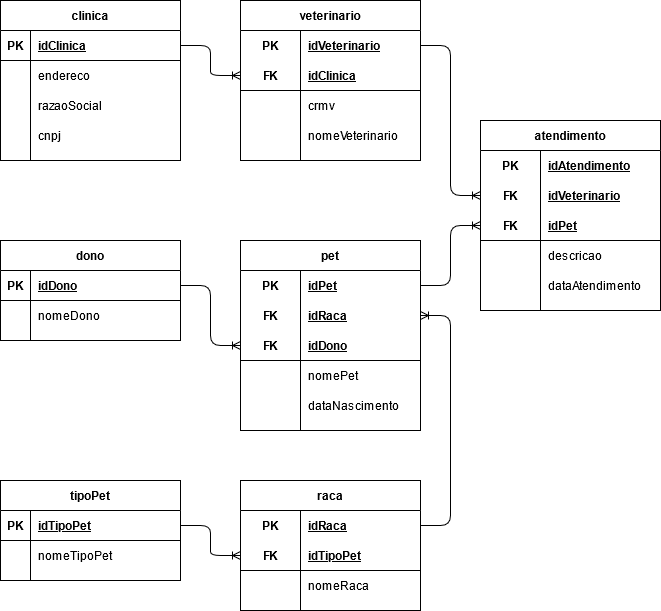
Before: reforco/tarde/lovePets/sprint-1-bd/modelagens/lovePets_modelagem-logico.png, a diagram exported from draw.io (RegisMagalhaes/LovePets). Source tidied: cells renumbered, new cells last; positions are measured from the earlier drawing's top-left corner, leaving out a move shared by most shapes.
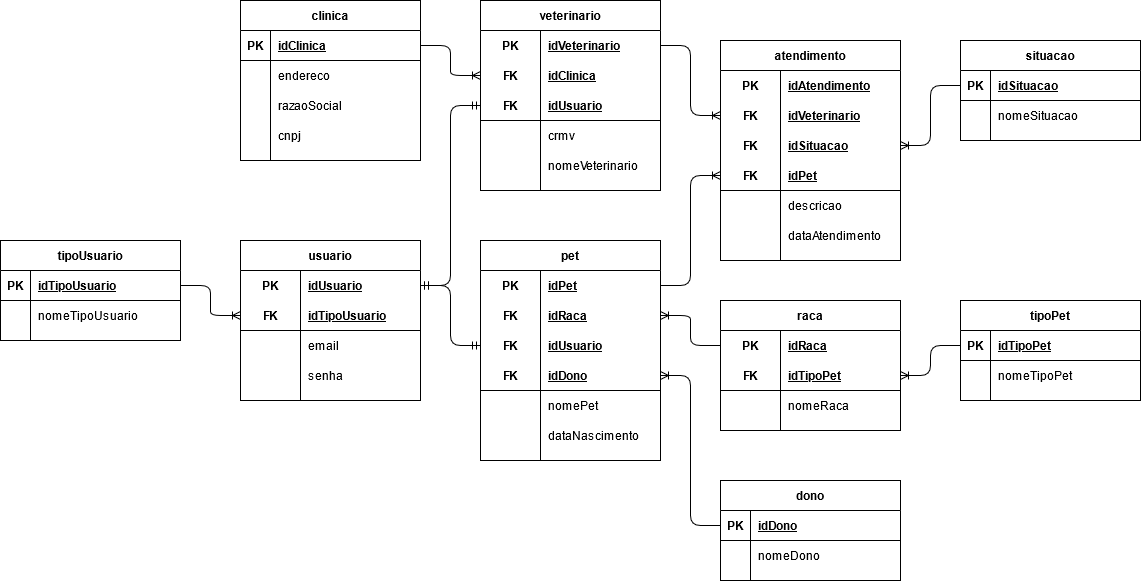
After the change.

What changed in the source:
```diff
@@ -42,7 +42,7 @@
       <mxGeometry x="30" width="150" height="30" as="geometry" />
     </mxCell>
     <mxCell id="15" value="veterinario" style="shape=table;startSize=30;rowLines=0;fontStyle=1;align=center;" parent="1" vertex="1">
-      <mxGeometry x="240" width="180" height="160" as="geometry" />
+      <mxGeometry x="240" width="180" height="190" as="geometry" />
     </mxCell>
     <mxCell id="16" style="shape=partialRectangle;fillColor=none;top=0;left=0;bottom=0;right=0;points=[[0,0.5],[1,0.5]];portConstraint=eastwest;" parent="15" vertex="1">
       <mxGeometry y="30" width="180" height="30" as="geometry" />
@@ -53,17 +53,26 @@
     <mxCell id="18" value="idVeterinario" style="shape=partialRectangle;fillColor=none;top=0;left=0;bottom=0;right=0;align=left;spacingLeft=6;fontStyle=5;overflow=hidden;" parent="16" vertex="1">
       <mxGeometry x="60" width="120" height="30" as="geometry" />
     </mxCell>
+    <mxCell id="90" style="shape=partialRectangle;fillColor=none;top=0;left=0;bottom=0;right=0;points=[[0,0.5],[1,0.5]];portConstraint=eastwest;" parent="15" vertex="1">
+      <mxGeometry y="60" width="180" height="30" as="geometry" />
+    </mxCell>
+    <mxCell id="91" value="FK" style="shape=partialRectangle;fillColor=none;top=0;left=0;bottom=0;right=0;fontStyle=1;overflow=hidden;" parent="90" vertex="1">
+      <mxGeometry width="60" height="30" as="geometry" />
+    </mxCell>
+    <mxCell id="92" value="idClinica" style="shape=partialRectangle;fillColor=none;top=0;left=0;bottom=0;right=0;align=left;spacingLeft=6;fontStyle=5;overflow=hidden;" parent="90" vertex="1">
+      <mxGeometry x="60" width="120" height="30" as="geometry" />
+    </mxCell>
     <mxCell id="19" style="shape=partialRectangle;fillColor=none;top=0;left=0;bottom=1;right=0;points=[[0,0.5],[1,0.5]];portConstraint=eastwest;" parent="15" vertex="1">
-      <mxGeometry y="60" width="180" height="30" as="geometry" />
+      <mxGeometry y="90" width="180" height="30" as="geometry" />
     </mxCell>
     <mxCell id="20" value="FK" style="shape=partialRectangle;fillColor=none;top=0;left=0;bottom=0;right=0;fontStyle=1;overflow=hidden;" parent="19" vertex="1">
       <mxGeometry width="60" height="30" as="geometry" />
     </mxCell>
-    <mxCell id="21" value="idClinica" style="shape=partialRectangle;fillColor=none;top=0;left=0;bottom=0;right=0;align=left;spacingLeft=6;fontStyle=5;overflow=hidden;" parent="19" vertex="1">
+    <mxCell id="21" value="idUsuario" style="shape=partialRectangle;fillColor=none;top=0;left=0;bottom=0;right=0;align=left;spacingLeft=6;fontStyle=5;overflow=hidden;" parent="19" vertex="1">
       <mxGeometry x="60" width="120" height="30" as="geometry" />
     </mxCell>
     <mxCell id="22" style="shape=partialRectangle;fillColor=none;top=0;left=0;bottom=0;right=0;" parent="15" vertex="1">
-      <mxGeometry y="90" width="180" height="30" as="geometry" />
+      <mxGeometry y="120" width="180" height="30" as="geometry" />
     </mxCell>
     <mxCell id="23" style="shape=partialRectangle;fillColor=none;top=0;left=0;bottom=0;right=0;overflow=hidden;" parent="22" vertex="1">
       <mxGeometry width="60" height="30" as="geometry" />
@@ -72,7 +81,7 @@
       <mxGeometry x="60" width="120" height="30" as="geometry" />
     </mxCell>
     <mxCell id="25" style="shape=partialRectangle;fillColor=none;top=0;left=0;bottom=0;right=0;" parent="15" vertex="1">
-      <mxGeometry y="120" width="180" height="30" as="geometry" />
+      <mxGeometry y="150" width="180" height="30" as="geometry" />
     </mxCell>
     <mxCell id="26" style="shape=partialRectangle;fillColor=none;top=0;left=0;bottom=0;right=0;overflow=hidden;" parent="25" vertex="1">
       <mxGeometry width="60" height="30" as="geometry" />
@@ -81,7 +90,7 @@
       <mxGeometry x="60" width="120" height="30" as="geometry" />
     </mxCell>
     <mxCell id="28" value="dono" style="shape=table;startSize=30;rowLines=0;fontStyle=1;align=center;" parent="1" vertex="1">
-      <mxGeometry y="240" width="180" height="100" as="geometry" />
+      <mxGeometry x="480" y="480" width="180" height="100" as="geometry" />
     </mxCell>
     <mxCell id="29" style="shape=partialRectangle;fillColor=none;top=0;left=0;bottom=1;right=0;points=[[0,0.5],[1,0.5]];portConstraint=eastwest;" parent="28" vertex="1">
       <mxGeometry y="30" width="180" height="30" as="geometry" />
@@ -102,7 +111,7 @@
       <mxGeometry x="30" width="150" height="30" as="geometry" />
     </mxCell>
     <mxCell id="35" value="pet" style="shape=table;startSize=30;rowLines=0;fontStyle=1;align=center;" parent="1" vertex="1">
-      <mxGeometry x="240" y="240" width="180" height="190" as="geometry" />
+      <mxGeometry x="240" y="240" width="180" height="220" as="geometry" />
     </mxCell>
     <mxCell id="36" style="shape=partialRectangle;fillColor=none;top=0;left=0;bottom=0;right=0;points=[[0,0.5],[1,0.5]];portConstraint=eastwest;" parent="35" vertex="1">
       <mxGeometry y="30" width="180" height="30" as="geometry" />
@@ -122,8 +131,17 @@
     <mxCell id="41" value="idRaca" style="shape=partialRectangle;fillColor=none;top=0;left=0;bottom=0;right=0;align=left;spacingLeft=6;fontStyle=5;overflow=hidden;" parent="39" vertex="1">
       <mxGeometry x="60" width="120" height="30" as="geometry" />
     </mxCell>
+    <mxCell id="93" style="shape=partialRectangle;fillColor=none;top=0;left=0;bottom=0;right=0;points=[[0,0.5],[1,0.5]];portConstraint=eastwest;" parent="35" vertex="1">
+      <mxGeometry y="90" width="180" height="30" as="geometry" />
+    </mxCell>
+    <mxCell id="94" value="FK" style="shape=partialRectangle;fillColor=none;top=0;left=0;bottom=0;right=0;fontStyle=1;overflow=hidden;" parent="93" vertex="1">
+      <mxGeometry width="60" height="30" as="geometry" />
+    </mxCell>
+    <mxCell id="95" value="idUsuario" style="shape=partialRectangle;fillColor=none;top=0;left=0;bottom=0;right=0;align=left;spacingLeft=6;fontStyle=5;overflow=hidden;" parent="93" vertex="1">
+      <mxGeometry x="60" width="120" height="30" as="geometry" />
+    </mxCell>
     <mxCell id="42" style="shape=partialRectangle;fillColor=none;top=0;left=0;bottom=1;right=0;points=[[0,0.5],[1,0.5]];portConstraint=eastwest;" parent="35" vertex="1">
-      <mxGeometry y="90" width="180" height="30" as="geometry" />
+      <mxGeometry y="120" width="180" height="30" as="geometry" />
     </mxCell>
     <mxCell id="43" value="FK" style="shape=partialRectangle;fillColor=none;top=0;left=0;bottom=0;right=0;fontStyle=1;overflow=hidden;" parent="42" vertex="1">
       <mxGeometry width="60" height="30" as="geometry" />
@@ -132,7 +150,7 @@
       <mxGeometry x="60" width="120" height="30" as="geometry" />
     </mxCell>
     <mxCell id="45" style="shape=partialRectangle;fillColor=none;top=0;left=0;bottom=0;right=0;" parent="35" vertex="1">
-      <mxGeometry y="120" width="180" height="30" as="geometry" />
+      <mxGeometry y="150" width="180" height="30" as="geometry" />
     </mxCell>
     <mxCell id="46" style="shape=partialRectangle;fillColor=none;top=0;left=0;bottom=0;right=0;overflow=hidden;" parent="45" vertex="1">
       <mxGeometry width="60" height="30" as="geometry" />
@@ -141,7 +159,7 @@
       <mxGeometry x="60" width="120" height="30" as="geometry" />
     </mxCell>
     <mxCell id="48" style="shape=partialRectangle;fillColor=none;top=0;left=0;bottom=0;right=0;" parent="35" vertex="1">
-      <mxGeometry y="150" width="180" height="30" as="geometry" />
+      <mxGeometry y="180" width="180" height="30" as="geometry" />
     </mxCell>
     <mxCell id="49" style="shape=partialRectangle;fillColor=none;top=0;left=0;bottom=0;right=0;overflow=hidden;" parent="48" vertex="1">
       <mxGeometry width="60" height="30" as="geometry" />
@@ -150,7 +168,7 @@
       <mxGeometry x="60" width="120" height="30" as="geometry" />
     </mxCell>
     <mxCell id="51" value="tipoPet" style="shape=table;startSize=30;rowLines=0;fontStyle=1;align=center;" parent="1" vertex="1">
-      <mxGeometry y="480" width="180" height="100" as="geometry" />
+      <mxGeometry x="720" y="300" width="180" height="100" as="geometry" />
     </mxCell>
     <mxCell id="52" style="shape=partialRectangle;fillColor=none;top=0;left=0;bottom=1;right=0;points=[[0,0.5],[1,0.5]];portConstraint=eastwest;" parent="51" vertex="1">
       <mxGeometry y="30" width="180" height="30" as="geometry" />
@@ -171,7 +189,7 @@
       <mxGeometry x="30" width="150" height="30" as="geometry" />
     </mxCell>
     <mxCell id="58" value="raca" style="shape=table;startSize=30;rowLines=0;fontStyle=1;align=center;" parent="1" vertex="1">
-      <mxGeometry x="240" y="480" width="180" height="130" as="geometry" />
+      <mxGeometry x="480" y="300" width="180" height="130" as="geometry" />
     </mxCell>
     <mxCell id="59" style="shape=partialRectangle;fillColor=none;top=0;left=0;bottom=0;right=0;points=[[0,0.5],[1,0.5]];portConstraint=eastwest;" parent="58" vertex="1">
       <mxGeometry y="30" width="180" height="30" as="geometry" />
@@ -201,7 +219,7 @@
       <mxGeometry x="60" width="120" height="30" as="geometry" />
     </mxCell>
     <mxCell id="68" value="atendimento" style="shape=table;startSize=30;rowLines=0;fontStyle=1;align=center;" parent="1" vertex="1">
-      <mxGeometry x="480" y="120" width="180" height="190" as="geometry" />
+      <mxGeometry x="480" y="40" width="180" height="220" as="geometry" />
     </mxCell>
     <mxCell id="69" style="shape=partialRectangle;fillColor=none;top=0;left=0;bottom=0;right=0;" parent="68" vertex="1">
       <mxGeometry y="30" width="180" height="30" as="geometry" />
@@ -221,8 +239,17 @@
     <mxCell id="74" value="idVeterinario" style="shape=partialRectangle;fillColor=none;top=0;left=0;bottom=0;right=0;align=left;spacingLeft=6;fontStyle=5;overflow=hidden;" parent="72" vertex="1">
       <mxGeometry x="60" width="120" height="30" as="geometry" />
     </mxCell>
+    <mxCell id="96" style="shape=partialRectangle;fillColor=none;top=0;left=0;bottom=0;right=0;points=[[0,0.5],[1,0.5]];portConstraint=eastwest;" parent="68" vertex="1">
+      <mxGeometry y="90" width="180" height="30" as="geometry" />
+    </mxCell>
+    <mxCell id="97" value="FK" style="shape=partialRectangle;fillColor=none;top=0;left=0;bottom=0;right=0;fontStyle=1;overflow=hidden;" parent="96" vertex="1">
+      <mxGeometry width="60" height="30" as="geometry" />
+    </mxCell>
+    <mxCell id="98" value="idSituacao" style="shape=partialRectangle;fillColor=none;top=0;left=0;bottom=0;right=0;align=left;spacingLeft=6;fontStyle=5;overflow=hidden;" parent="96" vertex="1">
+      <mxGeometry x="60" width="120" height="30" as="geometry" />
+    </mxCell>
     <mxCell id="75" style="shape=partialRectangle;fillColor=none;top=0;left=0;bottom=1;right=0;points=[[0,0.5],[1,0.5]];portConstraint=eastwest;" parent="68" vertex="1">
-      <mxGeometry y="90" width="180" height="30" as="geometry" />
+      <mxGeometry y="120" width="180" height="30" as="geometry" />
     </mxCell>
     <mxCell id="76" value="FK" style="shape=partialRectangle;fillColor=none;top=0;left=0;bottom=0;right=0;fontStyle=1;overflow=hidden;" parent="75" vertex="1">
       <mxGeometry width="60" height="30" as="geometry" />
@@ -231,7 +258,7 @@
       <mxGeometry x="60" width="120" height="30" as="geometry" />
     </mxCell>
     <mxCell id="78" style="shape=partialRectangle;fillColor=none;top=0;left=0;bottom=0;right=0;" parent="68" vertex="1">
-      <mxGeometry y="120" width="180" height="30" as="geometry" />
+      <mxGeometry y="150" width="180" height="30" as="geometry" />
     </mxCell>
     <mxCell id="79" style="shape=partialRectangle;fillColor=none;top=0;left=0;bottom=0;right=0;overflow=hidden;" parent="78" vertex="1">
       <mxGeometry width="60" height="30" as="geometry" />
@@ -240,7 +267,7 @@
       <mxGeometry x="60" width="120" height="30" as="geometry" />
     </mxCell>
     <mxCell id="81" style="shape=partialRectangle;fillColor=none;top=0;left=0;bottom=0;right=0;" parent="68" vertex="1">
-      <mxGeometry y="150" width="180" height="30" as="geometry" />
+      <mxGeometry y="180" width="180" height="30" as="geometry" />
     </mxCell>
     <mxCell id="82" style="shape=partialRectangle;fillColor=none;top=0;left=0;bottom=0;right=0;overflow=hidden;" parent="81" vertex="1">
       <mxGeometry width="60" height="30" as="geometry" />
@@ -248,7 +275,7 @@
     <mxCell id="83" value="dataAtendimento" style="shape=partialRectangle;fillColor=none;top=0;left=0;bottom=0;right=0;align=left;spacingLeft=6;overflow=hidden;" parent="81" vertex="1">
       <mxGeometry x="60" width="120" height="30" as="geometry" />
     </mxCell>
-    <mxCell id="84" style="edgeStyle=entityRelationEdgeStyle;fontSize=12;html=1;endArrow=ERoneToMany;" parent="1" edge="1" source="3" target="19">
+    <mxCell id="84" style="edgeStyle=entityRelationEdgeStyle;fontSize=12;html=1;endArrow=ERoneToMany;" parent="1" edge="1" source="3" target="90">
       <mxGeometry relative="1" as="geometry" />
     </mxCell>
     <mxCell id="85" style="edgeStyle=entityRelationEdgeStyle;fontSize=12;html=1;endArrow=ERoneToMany;" parent="1" edge="1" source="29" target="42">
@@ -266,5 +293,98 @@
     <mxCell id="89" style="edgeStyle=entityRelationEdgeStyle;fontSize=12;html=1;endArrow=ERoneToMany;" parent="1" edge="1" source="16" target="72">
       <mxGeometry relative="1" as="geometry" />
     </mxCell>
+    <mxCell id="99" value="situacao" style="shape=table;startSize=30;rowLines=0;fontStyle=1;align=center;" parent="1" vertex="1">
+      <mxGeometry x="720" y="40" width="180" height="100" as="geometry" />
+    </mxCell>
+    <mxCell id="100" style="shape=partialRectangle;fillColor=none;top=0;left=0;bottom=1;right=0;points=[[0,0.5],[1,0.5]];portConstraint=eastwest;" parent="99" vertex="1">
+      <mxGeometry y="30" width="180" height="30" as="geometry" />
+    </mxCell>
+    <mxCell id="101" value="PK" style="shape=partialRectangle;fillColor=none;top=0;left=0;bottom=0;right=0;fontStyle=1;overflow=hidden;" parent="100" vertex="1">
+      <mxGeometry width="30" height="30" as="geometry" />
+    </mxCell>
+    <mxCell id="102" value="idSituacao" style="shape=partialRectangle;fillColor=none;top=0;left=0;bottom=0;right=0;align=left;spacingLeft=6;fontStyle=5;overflow=hidden;" parent="100" vertex="1">
+      <mxGeometry x="30" width="150" height="30" as="geometry" />
+    </mxCell>
+    <mxCell id="103" style="shape=partialRectangle;fillColor=none;top=0;left=0;bottom=0;right=0;" parent="99" vertex="1">
+      <mxGeometry y="60" width="180" height="30" as="geometry" />
+    </mxCell>
+    <mxCell id="104" style="shape=partialRectangle;fillColor=none;top=0;left=0;bottom=0;right=0;overflow=hidden;" parent="103" vertex="1">
+      <mxGeometry width="30" height="30" as="geometry" />
+    </mxCell>
+    <mxCell id="105" value="nomeSituacao" style="shape=partialRectangle;fillColor=none;top=0;left=0;bottom=0;right=0;align=left;spacingLeft=6;overflow=hidden;" parent="103" vertex="1">
+      <mxGeometry x="30" width="150" height="30" as="geometry" />
+    </mxCell>
+    <mxCell id="106" style="edgeStyle=entityRelationEdgeStyle;fontSize=12;html=1;endArrow=ERoneToMany;" parent="1" edge="1" source="100" target="96">
+      <mxGeometry relative="1" as="geometry" />
+    </mxCell>
+    <mxCell id="107" value="tipoUsuario" style="shape=table;startSize=30;rowLines=0;fontStyle=1;align=center;" parent="1" vertex="1">
+      <mxGeometry x="-240" y="240" width="180" height="100" as="geometry" />
+    </mxCell>
+    <mxCell id="108" style="shape=partialRectangle;fillColor=none;top=0;left=0;bottom=1;right=0;points=[[0,0.5],[1,0.5]];portConstraint=eastwest;" parent="107" vertex="1">
+      <mxGeometry y="30" width="180" height="30" as="geometry" />
+    </mxCell>
+    <mxCell id="109" value="PK" style="shape=partialRectangle;fillColor=none;top=0;left=0;bottom=0;right=0;fontStyle=1;overflow=hidden;" parent="108" vertex="1">
+      <mxGeometry width="30" height="30" as="geometry" />
+    </mxCell>
+    <mxCell id="110" value="idTipoUsuario" style="shape=partialRectangle;fillColor=none;top=0;left=0;bottom=0;right=0;align=left;spacingLeft=6;fontStyle=5;overflow=hidden;" parent="108" vertex="1">
+      <mxGeometry x="30" width="150" height="30" as="geometry" />
+    </mxCell>
+    <mxCell id="111" style="shape=partialRectangle;fillColor=none;top=0;left=0;bottom=0;right=0;" parent="107" vertex="1">
+      <mxGeometry y="60" width="180" height="30" as="geometry" />
+    </mxCell>
+    <mxCell id="112" style="shape=partialRectangle;fillColor=none;top=0;left=0;bottom=0;right=0;overflow=hidden;" parent="111" vertex="1">
+      <mxGeometry width="30" height="30" as="geometry" />
+    </mxCell>
+    <mxCell id="113" value="nomeTipoUsuario" style="shape=partialRectangle;fillColor=none;top=0;left=0;bottom=0;right=0;align=left;spacingLeft=6;overflow=hidden;" parent="111" vertex="1">
+      <mxGeometry x="30" width="150" height="30" as="geometry" />
+    </mxCell>
+    <mxCell id="114" value="usuario" style="shape=table;startSize=30;rowLines=0;fontStyle=1;align=center;" parent="1" vertex="1">
+      <mxGeometry y="240" width="180" height="160" as="geometry" />
+    </mxCell>
+    <mxCell id="115" style="shape=partialRectangle;fillColor=none;top=0;left=0;bottom=0;right=0;points=[[0,0.5],[1,0.5]];portConstraint=eastwest;" parent="114" vertex="1">
+      <mxGeometry y="30" width="180" height="30" as="geometry" />
+    </mxCell>
+    <mxCell id="116" value="PK" style="shape=partialRectangle;fillColor=none;top=0;left=0;bottom=0;right=0;fontStyle=1;overflow=hidden;" parent="115" vertex="1">
+      <mxGeometry width="60" height="30" as="geometry" />
+    </mxCell>
+    <mxCell id="117" value="idUsuario" style="shape=partialRectangle;fillColor=none;top=0;left=0;bottom=0;right=0;align=left;spacingLeft=6;fontStyle=5;overflow=hidden;" parent="115" vertex="1">
+      <mxGeometry x="60" width="120" height="30" as="geometry" />
+    </mxCell>
+    <mxCell id="118" style="shape=partialRectangle;fillColor=none;top=0;left=0;bottom=1;right=0;points=[[0,0.5],[1,0.5]];portConstraint=eastwest;" parent="114" vertex="1">
+      <mxGeometry y="60" width="180" height="30" as="geometry" />
+    </mxCell>
+    <mxCell id="119" value="FK" style="shape=partialRectangle;fillColor=none;top=0;left=0;bottom=0;right=0;fontStyle=1;overflow=hidden;" parent="118" vertex="1">
+      <mxGeometry width="60" height="30" as="geometry" />
+    </mxCell>
+    <mxCell id="120" value="idTipoUsuario" style="shape=partialRectangle;fillColor=none;top=0;left=0;bottom=0;right=0;align=left;spacingLeft=6;fontStyle=5;overflow=hidden;" parent="118" vertex="1">
+      <mxGeometry x="60" width="120" height="30" as="geometry" />
+    </mxCell>
+    <mxCell id="121" style="shape=partialRectangle;fillColor=none;top=0;left=0;bottom=0;right=0;" parent="114" vertex="1">
+      <mxGeometry y="90" width="180" height="30" as="geometry" />
+    </mxCell>
+    <mxCell id="122" style="shape=partialRectangle;fillColor=none;top=0;left=0;bottom=0;right=0;overflow=hidden;" parent="121" vertex="1">
+      <mxGeometry width="60" height="30" as="geometry" />
+    </mxCell>
+    <mxCell id="123" value="email" style="shape=partialRectangle;fillColor=none;top=0;left=0;bottom=0;right=0;align=left;spacingLeft=6;overflow=hidden;" parent="121" vertex="1">
+      <mxGeometry x="60" width="120" height="30" as="geometry" />
+    </mxCell>
+    <mxCell id="124" style="shape=partialRectangle;fillColor=none;top=0;left=0;bottom=0;right=0;" parent="114" vertex="1">
+      <mxGeometry y="120" width="180" height="30" as="geometry" />
+    </mxCell>
+    <mxCell id="125" style="shape=partialRectangle;fillColor=none;top=0;left=0;bottom=0;right=0;overflow=hidden;" parent="124" vertex="1">
+      <mxGeometry width="60" height="30" as="geometry" />
+    </mxCell>
+    <mxCell id="126" value="senha" style="shape=partialRectangle;fillColor=none;top=0;left=0;bottom=0;right=0;align=left;spacingLeft=6;overflow=hidden;" parent="124" vertex="1">
+      <mxGeometry x="60" width="120" height="30" as="geometry" />
+    </mxCell>
+    <mxCell id="127" style="edgeStyle=entityRelationEdgeStyle;fontSize=12;html=1;endArrow=ERoneToMany;" parent="1" edge="1" source="108" target="118">
+      <mxGeometry relative="1" as="geometry" />
+    </mxCell>
+    <mxCell id="128" style="edgeStyle=entityRelationEdgeStyle;fontSize=12;html=1;endArrow=ERmandOne;startArrow=ERmandOne;" parent="1" edge="1" source="115" target="93">
+      <mxGeometry relative="1" as="geometry" />
+    </mxCell>
+    <mxCell id="129" style="edgeStyle=entityRelationEdgeStyle;fontSize=12;html=1;endArrow=ERmandOne;startArrow=ERmandOne;" parent="1" edge="1" source="115" target="19">
+      <mxGeometry relative="1" as="geometry" />
+    </mxCell>
   </root>
 </mxGraphModel>
```
